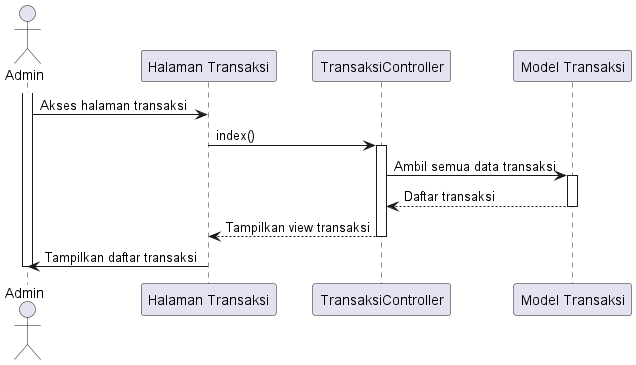
This is out/sequence diagram/transaksi/melihat_data_transaksi/melihat_data_transaksi.png from tengahcang/UML_TA, a PlantUML export, as it was before one commit.
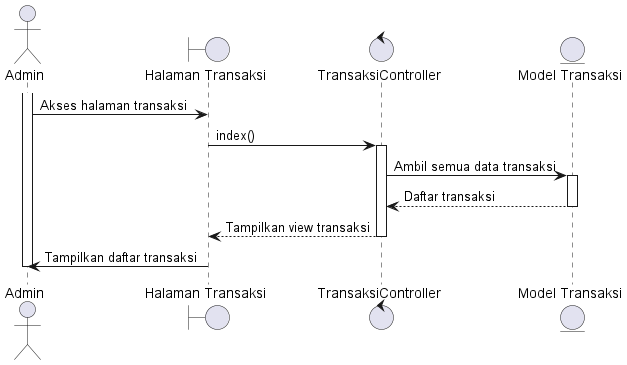
Later version of the same file.

The edit, as a diff of the source:
```diff
@@ -1,9 +1,9 @@
 @startuml
 actor Admin
 
-participant "Halaman Transaksi" as TransaksiPage
-participant "TransaksiController" as Controller
-participant "Model Transaksi" as TransaksiModel
+boundary "Halaman Transaksi" as TransaksiPage
+control "TransaksiController" as Controller
+entity "Model Transaksi" as TransaksiModel
 
 activate Admin
 Admin -> TransaksiPage: Akses halaman transaksi
```
